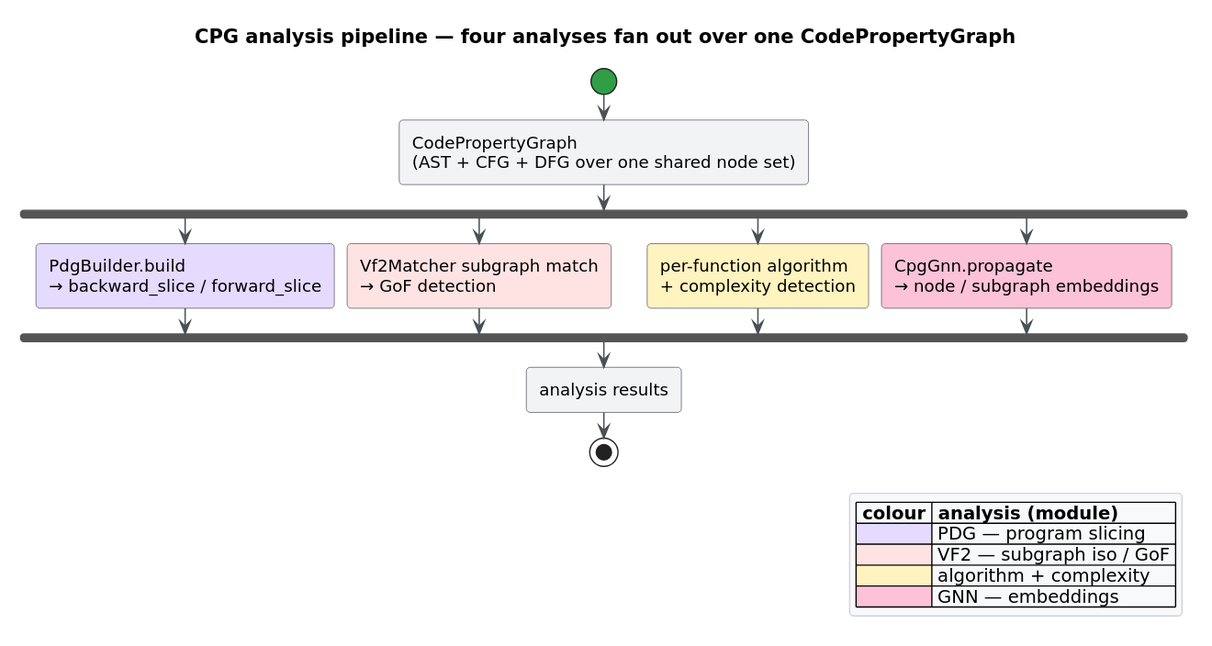
This is docs/diagrams/analysis-pipeline.svg from vinary-tree/libcpg, a PlantUML export, as it was before one commit. Its source is kept beside it as docs/diagrams/analysis-pipeline.puml. Source of this version:
```plantuml
@startuml
!include _libcpg-theme.iuml
title CPG analysis pipeline — four analyses fan out over one CodePropertyGraph
start
:CodePropertyGraph
(AST + CFG + DFG over one shared node set);
fork
  :PdgBuilder.build
  → backward_slice / forward_slice;<<#E5DBFF>>
fork again
  :Vf2Matcher subgraph match
  → GoF detection;<<#FFE3E3>>
fork again
  :per-function algorithm
  + complexity detection;<<#FFF3BF>>
fork again
  :CpgGnn.propagate
  → node / subgraph embeddings;<<#FCC2D7>>
end fork
:analysis results;
stop
legend right
  |= colour |= analysis (module) |
  |<#E5DBFF>| PDG — program slicing |
  |<#FFE3E3>| VF2 — subgraph iso / GoF |
  |<#FFF3BF>| algorithm + complexity |
  |<#FCC2D7>| GNN — embeddings |
endlegend
@enduml
```
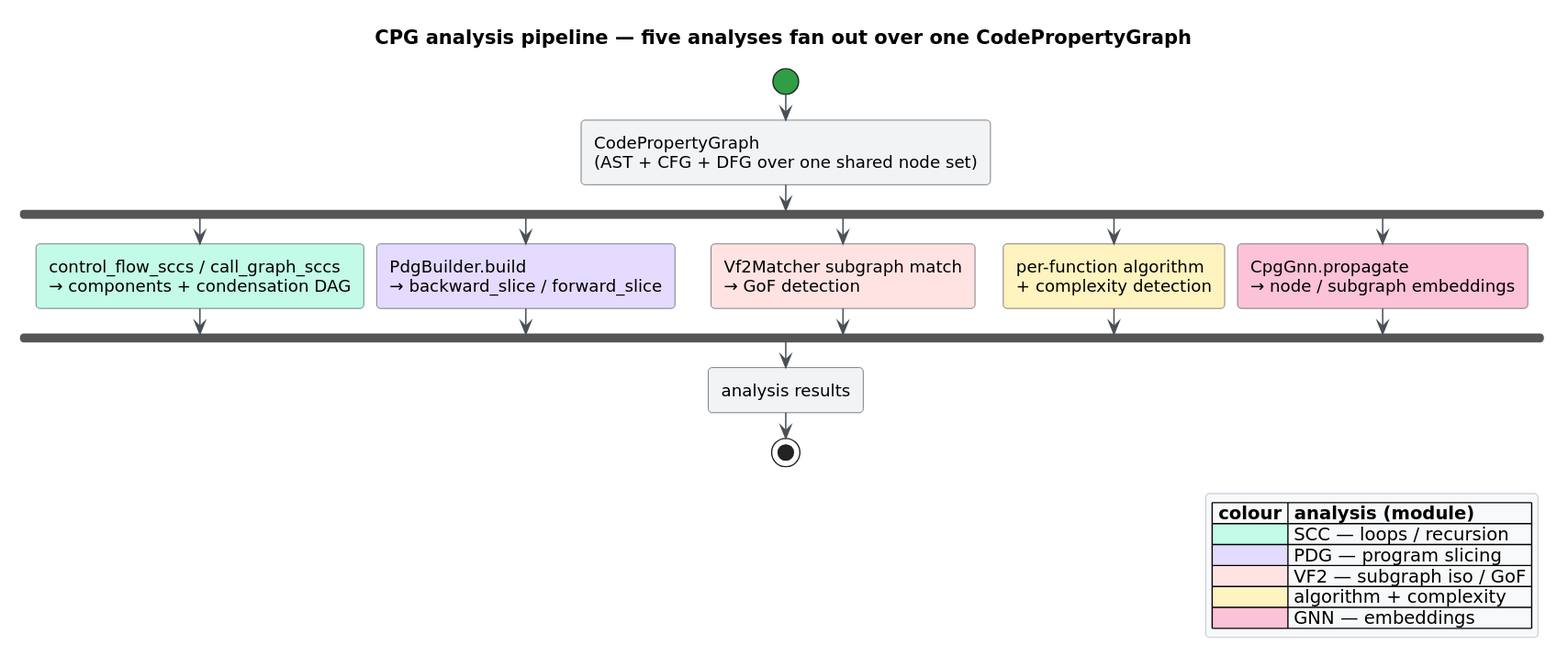
Later version of the same file.

Change to the diagram source:
```diff
@@ -1,10 +1,13 @@
 @startuml
 !include _libcpg-theme.iuml
-title CPG analysis pipeline — four analyses fan out over one CodePropertyGraph
+title CPG analysis pipeline — five analyses fan out over one CodePropertyGraph
 start
 :CodePropertyGraph
 (AST + CFG + DFG over one shared node set);
 fork
+  :control_flow_sccs / call_graph_sccs
+  → components + condensation DAG;<<#C3FAE8>>
+fork again
   :PdgBuilder.build
   → backward_slice / forward_slice;<<#E5DBFF>>
 fork again
@@ -21,6 +24,7 @@
 stop
 legend right
   |= colour |= analysis (module) |
+  |<#C3FAE8>| SCC — loops / recursion |
   |<#E5DBFF>| PDG — program slicing |
   |<#FFE3E3>| VF2 — subgraph iso / GoF |
   |<#FFF3BF>| algorithm + complexity |
```
